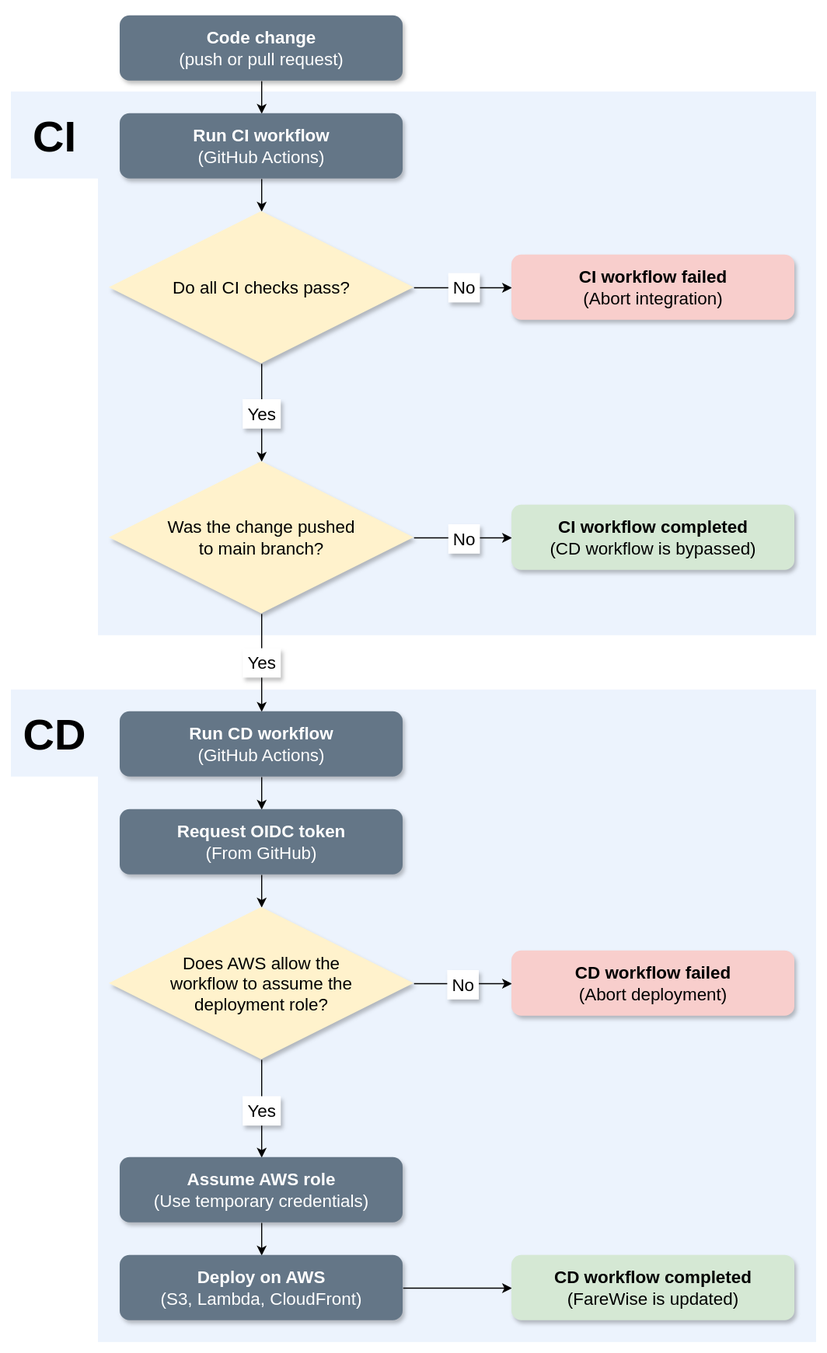
Before: figures/farewise_cicd.svg, a diagram exported from draw.io (wahreus/farewise). Source tidied: cells renumbered, new cells last; positions are measured from the earlier drawing's top-left corner, leaving out a move shared by most shapes.
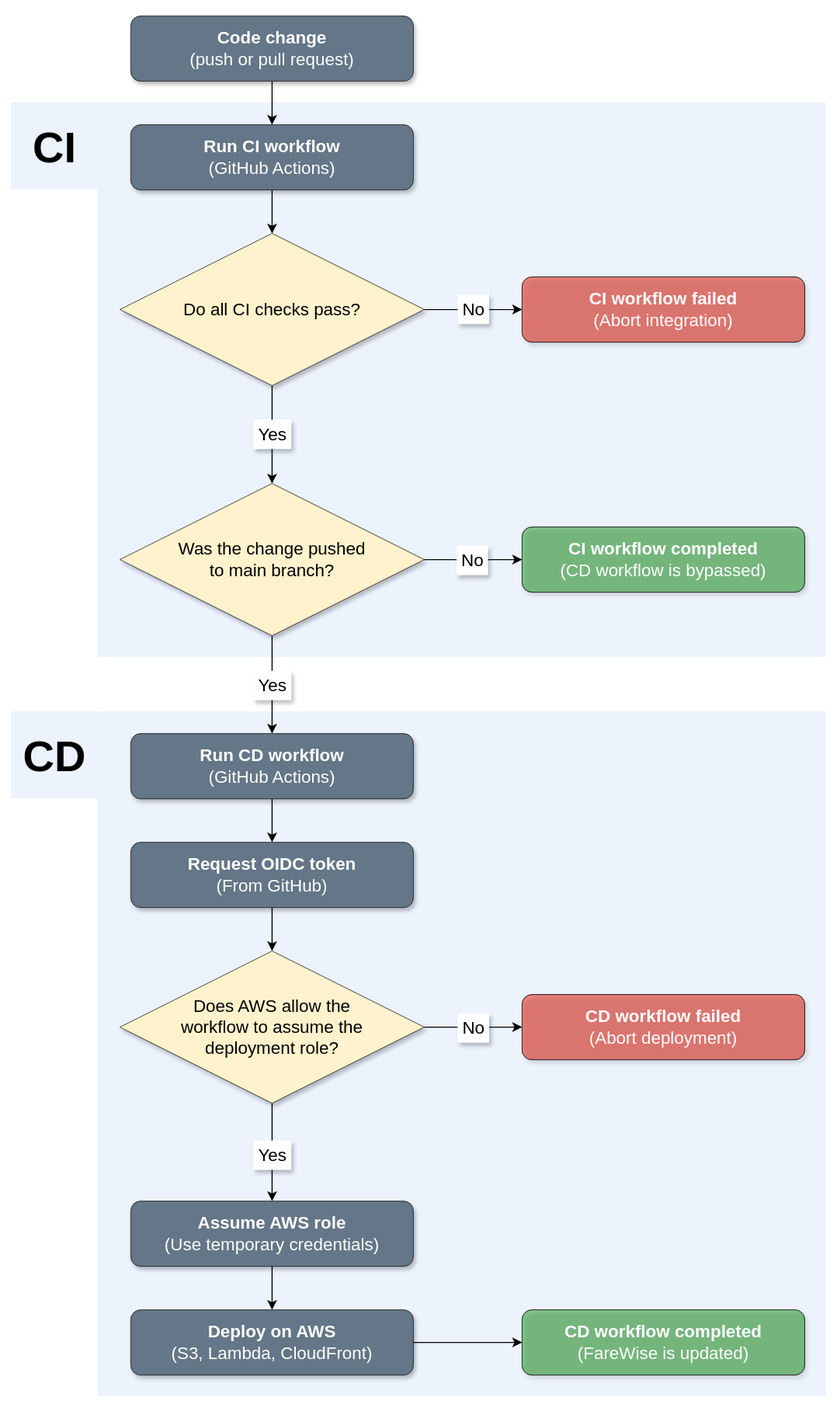
Later version of the same file.

The edit, as a diff of the source:
```diff
@@ -3,21 +3,21 @@
     <mxCell id="0" />
     <mxCell id="1" parent="0" />
     <mxCell id="2" style="rounded=0;whiteSpace=wrap;html=1;fillColor=#dae8fc;strokeColor=none;opacity=50;" parent="1" vertex="1">
-      <mxGeometry x="80" y="620" width="660" height="600" as="geometry" />
+      <mxGeometry x="70" y="630" width="670" height="630" as="geometry" />
     </mxCell>
     <mxCell id="3" style="rounded=0;whiteSpace=wrap;html=1;fillColor=#dae8fc;strokeColor=none;opacity=50;" parent="1" vertex="1">
-      <mxGeometry x="80" y="70" width="660" height="500" as="geometry" />
+      <mxGeometry x="70" y="70" width="670" height="510" as="geometry" />
     </mxCell>
     <mxCell id="4" style="edgeStyle=orthogonalEdgeStyle;rounded=0;jettySize=auto;html=1;exitX=0.5;exitY=1;exitDx=0;exitDy=0;entryX=0.5;entryY=0;entryDx=0;entryDy=0;strokeWidth=1;fontSize=16;" parent="1" edge="1" source="5" target="7">
       <mxGeometry relative="1" as="geometry" />
     </mxCell>
-    <mxCell id="5" value="&lt;b&gt;Code change&lt;/b&gt;&lt;br&gt;(push or pull request)" style="rounded=1;whiteSpace=wrap;html=1;strokeWidth=1;fontSize=16;align=center;verticalAlign=middle;fillColor=#647687;strokeColor=none;fontColor=#ffffff;shadow=1;" parent="1" vertex="1">
-      <mxGeometry x="100" width="260" height="60" as="geometry" />
+    <mxCell id="5" value="&lt;b&gt;Code change&lt;/b&gt;&lt;br&gt;(push or pull request)" style="rounded=1;whiteSpace=wrap;html=1;strokeWidth=0.5;fontSize=16;align=center;verticalAlign=middle;fillColor=#647687;strokeColor=default;fontColor=#ffffff;shadow=1;" parent="1" vertex="1">
+      <mxGeometry x="100" y="-10" width="260" height="60" as="geometry" />
     </mxCell>
     <mxCell id="6" style="edgeStyle=orthogonalEdgeStyle;rounded=0;jettySize=auto;html=1;exitX=0.5;exitY=1;exitDx=0;exitDy=0;entryX=0.5;entryY=0;entryDx=0;entryDy=0;strokeWidth=1;fontSize=16;" parent="1" edge="1" source="7" target="10">
       <mxGeometry relative="1" as="geometry" />
     </mxCell>
-    <mxCell id="7" value="&lt;b&gt;Run CI workflow&lt;/b&gt;&lt;br&gt;(GitHub Actions)" style="rounded=1;whiteSpace=wrap;html=1;fillColor=#647687;strokeColor=none;strokeWidth=1;fontSize=16;align=center;verticalAlign=middle;fontColor=#ffffff;shadow=1;" parent="1" vertex="1">
+    <mxCell id="7" value="&lt;b&gt;Run CI workflow&lt;/b&gt;&lt;br&gt;(GitHub Actions)" style="rounded=1;whiteSpace=wrap;html=1;fillColor=#647687;strokeColor=default;strokeWidth=0.5;fontSize=16;align=center;verticalAlign=middle;fontColor=#ffffff;shadow=1;" parent="1" vertex="1">
       <mxGeometry x="100" y="90" width="260" height="60" as="geometry" />
     </mxCell>
     <mxCell id="8" value="&lt;font style=&quot;&quot;&gt;No&lt;/font&gt;" style="edgeStyle=orthogonalEdgeStyle;rounded=0;jettySize=auto;html=1;exitX=1;exitY=0.5;exitDx=0;exitDy=0;entryX=0;entryY=0.5;entryDx=0;entryDy=0;labelWidth=1;labelBorderColor=none;labelPadding=4;strokeWidth=1;fontSize=16;textShadow=1;" parent="1" edge="1" source="10" target="11">
@@ -26,11 +26,11 @@
     <mxCell id="9" value="&lt;font style=&quot;&quot;&gt;Yes&lt;/font&gt;" style="edgeStyle=orthogonalEdgeStyle;rounded=0;jettySize=auto;html=1;exitX=0.5;exitY=1;exitDx=0;exitDy=0;entryX=0.5;entryY=0;entryDx=0;entryDy=0;labelWidth=1;labelPadding=4;labelBorderColor=none;strokeWidth=1;fontSize=16;textShadow=1;" parent="1" edge="1" source="10" target="16">
       <mxGeometry relative="1" as="geometry" />
     </mxCell>
-    <mxCell id="10" value="&lt;span&gt;Do all CI checks pass?&lt;/span&gt;" style="shape=rhombus;perimeter=rhombusPerimeter;whiteSpace=wrap;html=1;fillColor=#fff2cc;strokeColor=none;strokeWidth=1;fontSize=16;align=center;verticalAlign=middle;fontStyle=0;shadow=1;" parent="1" vertex="1">
-      <mxGeometry x="90" y="180" width="280" height="140" as="geometry" />
+    <mxCell id="10" value="&lt;span&gt;Do all CI checks pass?&lt;/span&gt;" style="shape=rhombus;perimeter=rhombusPerimeter;whiteSpace=wrap;html=1;fillColor=#fff2cc;strokeColor=default;strokeWidth=0.5;fontSize=16;align=center;verticalAlign=middle;fontStyle=0;shadow=1;" parent="1" vertex="1">
+      <mxGeometry x="90" y="190" width="280" height="140" as="geometry" />
     </mxCell>
-    <mxCell id="11" value="&lt;b&gt;CI workflow failed&lt;/b&gt;&lt;br&gt;(Abort integration)" style="rounded=1;whiteSpace=wrap;html=1;fillColor=#f8cecc;strokeColor=none;strokeWidth=1;fontSize=16;align=center;verticalAlign=middle;shadow=1;" parent="1" vertex="1">
-      <mxGeometry x="460" y="220" width="260" height="60" as="geometry" />
+    <mxCell id="11" value="&lt;span style=&quot;color: rgb(255, 255, 255);&quot;&gt;&lt;b&gt;CI workflow failed&lt;/b&gt;&lt;br&gt;(Abort integration)&lt;/span&gt;" style="rounded=1;whiteSpace=wrap;html=1;fillColor=#E51400;strokeColor=default;strokeWidth=0.5;fontSize=16;align=center;verticalAlign=middle;shadow=1;opacity=50;" parent="1" vertex="1">
+      <mxGeometry x="460" y="230" width="260" height="60" as="geometry" />
     </mxCell>
     <mxCell id="12" style="edgeStyle=orthogonalEdgeStyle;rounded=0;jettySize=auto;html=1;exitX=0.5;exitY=1;exitDx=0;exitDy=0;entryX=0.5;entryY=0;entryDx=0;entryDy=0;strokeWidth=1;fontSize=16;" parent="1" edge="1" source="16" target="18">
       <mxGeometry relative="1" as="geometry" />
@@ -48,23 +48,23 @@
         <mxPoint x="2" y="2" as="offset" />
       </mxGeometry>
     </mxCell>
-    <mxCell id="16" value="&lt;span&gt;Was the change&amp;nbsp;&lt;/span&gt;&lt;span style=&quot;background-color: transparent; color: light-dark(rgb(0, 0, 0), rgb(255, 255, 255));&quot;&gt;pushed&lt;/span&gt;&lt;div&gt;&lt;span style=&quot;background-color: transparent; color: light-dark(rgb(0, 0, 0), rgb(255, 255, 255));&quot;&gt;to&amp;nbsp;&lt;/span&gt;&lt;span style=&quot;background-color: transparent; color: light-dark(rgb(0, 0, 0), rgb(255, 255, 255));&quot;&gt;main branch?&lt;/span&gt;&lt;/div&gt;" style="shape=rhombus;perimeter=rhombusPerimeter;whiteSpace=wrap;html=1;fillColor=#fff2cc;strokeColor=none;strokeWidth=1;fontSize=16;align=center;verticalAlign=middle;fontStyle=0;shadow=1;" parent="1" vertex="1">
-      <mxGeometry x="90" y="410" width="280" height="140" as="geometry" />
+    <mxCell id="16" value="&lt;span&gt;Was the change&amp;nbsp;&lt;/span&gt;&lt;span style=&quot;background-color: transparent; color: light-dark(rgb(0, 0, 0), rgb(255, 255, 255));&quot;&gt;pushed&lt;/span&gt;&lt;div&gt;&lt;span style=&quot;background-color: transparent; color: light-dark(rgb(0, 0, 0), rgb(255, 255, 255));&quot;&gt;to&amp;nbsp;&lt;/span&gt;&lt;span style=&quot;background-color: transparent; color: light-dark(rgb(0, 0, 0), rgb(255, 255, 255));&quot;&gt;main branch?&lt;/span&gt;&lt;/div&gt;" style="shape=rhombus;perimeter=rhombusPerimeter;whiteSpace=wrap;html=1;fillColor=#fff2cc;strokeColor=default;strokeWidth=0.5;fontSize=16;align=center;verticalAlign=middle;fontStyle=0;shadow=1;" parent="1" vertex="1">
+      <mxGeometry x="90" y="420" width="280" height="140" as="geometry" />
     </mxCell>
     <mxCell id="17" style="edgeStyle=orthogonalEdgeStyle;rounded=0;jettySize=auto;html=1;exitX=0.5;exitY=1;exitDx=0;exitDy=0;entryX=0.5;entryY=0;entryDx=0;entryDy=0;strokeWidth=1;fontSize=16;" parent="1" edge="1" source="18" target="21">
       <mxGeometry relative="1" as="geometry" />
     </mxCell>
-    <mxCell id="18" value="&lt;b&gt;Run CD workflow&lt;/b&gt;&lt;br&gt;(GitHub Actions)" style="rounded=1;whiteSpace=wrap;html=1;fillColor=#647687;strokeColor=none;strokeWidth=1;fontSize=16;align=center;verticalAlign=middle;fontColor=#ffffff;shadow=1;" parent="1" vertex="1">
-      <mxGeometry x="100" y="640" width="260" height="60" as="geometry" />
+    <mxCell id="18" value="&lt;b&gt;Run CD workflow&lt;/b&gt;&lt;br&gt;(GitHub Actions)" style="rounded=1;whiteSpace=wrap;html=1;fillColor=#647687;strokeColor=default;strokeWidth=0.5;fontSize=16;align=center;verticalAlign=middle;fontColor=#ffffff;shadow=1;" parent="1" vertex="1">
+      <mxGeometry x="100" y="650" width="260" height="60" as="geometry" />
     </mxCell>
-    <mxCell id="19" value="&lt;b&gt;CI workflow completed&lt;/b&gt;&lt;br&gt;(CD workflow is bypassed)" style="rounded=1;whiteSpace=wrap;html=1;strokeWidth=1;fontSize=16;align=center;verticalAlign=middle;fillColor=#d5e8d4;strokeColor=none;shadow=1;" parent="1" vertex="1">
-      <mxGeometry x="460" y="450" width="260" height="60" as="geometry" />
+    <mxCell id="19" value="&lt;span style=&quot;color: rgb(255, 255, 255);&quot;&gt;&lt;b&gt;CI workflow completed&lt;/b&gt;&lt;br&gt;(CD workflow is bypassed)&lt;/span&gt;" style="rounded=1;whiteSpace=wrap;html=1;strokeWidth=0.5;fontSize=16;align=center;verticalAlign=middle;fillColor=#008A00;strokeColor=default;shadow=1;opacity=45;" parent="1" vertex="1">
+      <mxGeometry x="460" y="460" width="260" height="60" as="geometry" />
     </mxCell>
     <mxCell id="20" style="edgeStyle=orthogonalEdgeStyle;rounded=0;jettySize=auto;html=1;exitX=0.5;exitY=1;exitDx=0;exitDy=0;entryX=0.5;entryY=0;entryDx=0;entryDy=0;strokeWidth=1;fontSize=16;" parent="1" edge="1" source="21" target="26">
       <mxGeometry relative="1" as="geometry" />
     </mxCell>
-    <mxCell id="21" value="&lt;b&gt;Request OIDC token&lt;/b&gt;&lt;br&gt;(From GitHub)" style="rounded=1;whiteSpace=wrap;html=1;fillColor=#647687;strokeColor=none;strokeWidth=1;fontSize=16;align=center;verticalAlign=middle;fontColor=#ffffff;shadow=1;" parent="1" vertex="1">
-      <mxGeometry x="100" y="730" width="260" height="60" as="geometry" />
+    <mxCell id="21" value="&lt;b&gt;Request OIDC token&lt;/b&gt;&lt;br&gt;(From GitHub)" style="rounded=1;whiteSpace=wrap;html=1;fillColor=#647687;strokeColor=default;strokeWidth=0.5;fontSize=16;align=center;verticalAlign=middle;fontColor=#ffffff;shadow=1;" parent="1" vertex="1">
+      <mxGeometry x="100" y="750" width="260" height="60" as="geometry" />
     </mxCell>
     <mxCell id="22" style="edgeStyle=orthogonalEdgeStyle;rounded=0;jettySize=auto;html=1;exitX=1;exitY=0.5;exitDx=0;exitDy=0;entryX=0;entryY=0.5;entryDx=0;entryDy=0;strokeWidth=1;fontSize=16;" parent="1" edge="1" source="26" target="27">
       <mxGeometry relative="1" as="geometry" />
@@ -82,32 +82,44 @@
         <mxPoint x="-2" y="4" as="offset" />
       </mxGeometry>
     </mxCell>
-    <mxCell id="26" value="&lt;span&gt;Does AWS allow the&lt;/span&gt;&lt;div&gt;&lt;span&gt;workflow to assume the&lt;/span&gt;&lt;/div&gt;&lt;div&gt;&lt;span&gt;deployment role?&lt;/span&gt;&lt;/div&gt;" style="shape=rhombus;perimeter=rhombusPerimeter;whiteSpace=wrap;html=1;fillColor=#fff2cc;strokeColor=none;strokeWidth=1;fontSize=16;align=center;verticalAlign=middle;fontStyle=0;shadow=1;" parent="1" vertex="1">
-      <mxGeometry x="90" y="820" width="280" height="140" as="geometry" />
+    <mxCell id="26" value="&lt;span&gt;Does AWS allow the&lt;/span&gt;&lt;div&gt;&lt;span&gt;workflow to assume the&lt;/span&gt;&lt;/div&gt;&lt;div&gt;&lt;span&gt;deployment role?&lt;/span&gt;&lt;/div&gt;" style="shape=rhombus;perimeter=rhombusPerimeter;whiteSpace=wrap;html=1;fillColor=#fff2cc;strokeColor=default;strokeWidth=0.5;fontSize=16;align=center;verticalAlign=middle;fontStyle=0;shadow=1;" parent="1" vertex="1">
+      <mxGeometry x="90" y="850" width="280" height="140" as="geometry" />
     </mxCell>
-    <mxCell id="27" value="&lt;b&gt;CD workflow failed&lt;/b&gt;&lt;br&gt;(Abort deployment)" style="rounded=1;whiteSpace=wrap;html=1;fillColor=#f8cecc;strokeColor=none;strokeWidth=1;fontSize=16;align=center;verticalAlign=middle;shadow=1;" parent="1" vertex="1">
-      <mxGeometry x="460" y="860" width="260" height="60" as="geometry" />
+    <mxCell id="27" value="&lt;span style=&quot;color: rgb(255, 255, 255);&quot;&gt;&lt;b&gt;CD workflow failed&lt;/b&gt;&lt;br&gt;(Abort deployment)&lt;/span&gt;" style="rounded=1;whiteSpace=wrap;html=1;fillColor=#E51400;strokeColor=default;strokeWidth=0.5;fontSize=16;align=center;verticalAlign=middle;shadow=1;opacity=50;" parent="1" vertex="1">
+      <mxGeometry x="460" y="890" width="260" height="60" as="geometry" />
     </mxCell>
     <mxCell id="28" style="edgeStyle=orthogonalEdgeStyle;rounded=0;jettySize=auto;html=1;exitX=0.5;exitY=1;exitDx=0;exitDy=0;entryX=0.5;entryY=0;entryDx=0;entryDy=0;strokeWidth=1;fontSize=16;" parent="1" edge="1" source="29" target="31">
       <mxGeometry relative="1" as="geometry" />
     </mxCell>
-    <mxCell id="29" value="&lt;b&gt;Assume AWS role&lt;/b&gt;&lt;div&gt;(Use temporary credentials)&lt;/div&gt;" style="rounded=1;whiteSpace=wrap;html=1;fillColor=#647687;strokeColor=none;strokeWidth=1;fontSize=16;align=center;verticalAlign=middle;fontColor=#ffffff;shadow=1;" parent="1" vertex="1">
-      <mxGeometry x="100" y="1050" width="260" height="60" as="geometry" />
+    <mxCell id="29" value="&lt;b&gt;Assume AWS role&lt;/b&gt;&lt;div&gt;(Use temporary credentials)&lt;/div&gt;" style="rounded=1;whiteSpace=wrap;html=1;fillColor=#647687;strokeColor=default;strokeWidth=0.5;fontSize=16;align=center;verticalAlign=middle;fontColor=#ffffff;shadow=1;" parent="1" vertex="1">
+      <mxGeometry x="100" y="1080" width="260" height="60" as="geometry" />
     </mxCell>
     <mxCell id="30" style="edgeStyle=orthogonalEdgeStyle;rounded=0;jettySize=auto;html=1;exitX=1;exitY=0.5;exitDx=0;exitDy=0;entryX=0;entryY=0.5;entryDx=0;entryDy=0;strokeWidth=1;" parent="1" edge="1" source="31" target="32">
       <mxGeometry relative="1" as="geometry" />
     </mxCell>
-    <mxCell id="31" value="&lt;b&gt;Deploy on AWS&lt;/b&gt;&lt;br&gt;(S3, Lambda, CloudFront)" style="rounded=1;whiteSpace=wrap;html=1;fillColor=#647687;strokeColor=none;strokeWidth=1;fontSize=16;align=center;verticalAlign=middle;fontColor=#ffffff;shadow=1;" parent="1" vertex="1">
-      <mxGeometry x="100" y="1140" width="260" height="60" as="geometry" />
+    <mxCell id="31" value="&lt;b&gt;Deploy on AWS&lt;/b&gt;&lt;br&gt;(S3, Lambda, CloudFront)" style="rounded=1;whiteSpace=wrap;html=1;fillColor=#647687;strokeColor=default;strokeWidth=0.5;fontSize=16;align=center;verticalAlign=middle;fontColor=#ffffff;shadow=1;" parent="1" vertex="1">
+      <mxGeometry x="100" y="1180" width="260" height="60" as="geometry" />
     </mxCell>
-    <mxCell id="32" value="&lt;b&gt;CD workflow completed&lt;/b&gt;&lt;br&gt;(FareWise is updated)" style="rounded=1;whiteSpace=wrap;html=1;strokeWidth=1;fontSize=16;align=center;verticalAlign=middle;fillColor=#d5e8d4;strokeColor=none;shadow=1;" parent="1" vertex="1">
-      <mxGeometry x="460" y="1140" width="260" height="60" as="geometry" />
+    <mxCell id="32" value="&lt;span style=&quot;color: rgb(255, 255, 255);&quot;&gt;&lt;b&gt;CD workflow completed&lt;/b&gt;&lt;br&gt;(FareWise is updated)&lt;/span&gt;" style="rounded=1;whiteSpace=wrap;html=1;strokeWidth=0.5;fontSize=16;align=center;verticalAlign=middle;fillColor=#008A00;strokeColor=default;shadow=1;opacity=45;" parent="1" vertex="1">
+      <mxGeometry x="460" y="1180" width="260" height="60" as="geometry" />
     </mxCell>
     <mxCell id="33" value="&lt;font style=&quot;font-size: 40px;&quot;&gt;&lt;b style=&quot;&quot;&gt;CI&lt;/b&gt;&lt;/font&gt;" style="text;html=1;whiteSpace=wrap;align=center;verticalAlign=middle;rounded=0;fillColor=#dae8fc;strokeColor=none;opacity=50;" parent="1" vertex="1">
-      <mxGeometry y="70" width="80" height="80" as="geometry" />
+      <mxGeometry x="-10" y="70" width="80" height="80" as="geometry" />
     </mxCell>
     <mxCell id="34" value="&lt;font style=&quot;font-size: 40px;&quot;&gt;&lt;b style=&quot;&quot;&gt;CD&lt;/b&gt;&lt;/font&gt;" style="text;html=1;whiteSpace=wrap;strokeColor=none;fillColor=#dae8fc;align=center;verticalAlign=middle;rounded=0;opacity=50;" parent="1" vertex="1">
-      <mxGeometry y="620" width="80" height="80" as="geometry" />
+      <mxGeometry x="-10" y="630" width="80" height="80" as="geometry" />
     </mxCell>
+    <mxCell id="35" style="rounded=1;whiteSpace=wrap;html=1;fillColor=none;strokeWidth=0.5;" parent="1" vertex="1">
+      <mxGeometry x="460" y="460" width="260" height="60" as="geometry" />
+    </mxCell>
+    <mxCell id="36" style="rounded=1;whiteSpace=wrap;html=1;fillColor=none;strokeWidth=0.5;" parent="1" vertex="1">
+      <mxGeometry x="460" y="230" width="260" height="60" as="geometry" />
+    </mxCell>
+    <mxCell id="37" style="rounded=1;whiteSpace=wrap;html=1;fillColor=none;strokeWidth=0.5;" parent="1" vertex="1">
+      <mxGeometry x="460" y="1180" width="260" height="60" as="geometry" />
+    </mxCell>
+    <mxCell id="38" style="rounded=1;whiteSpace=wrap;html=1;fillColor=none;strokeWidth=0.5;" parent="1" vertex="1">
+      <mxGeometry x="460" y="890" width="260" height="60" as="geometry" />
+    </mxCell>
   </root>
 </mxGraphModel>
```
